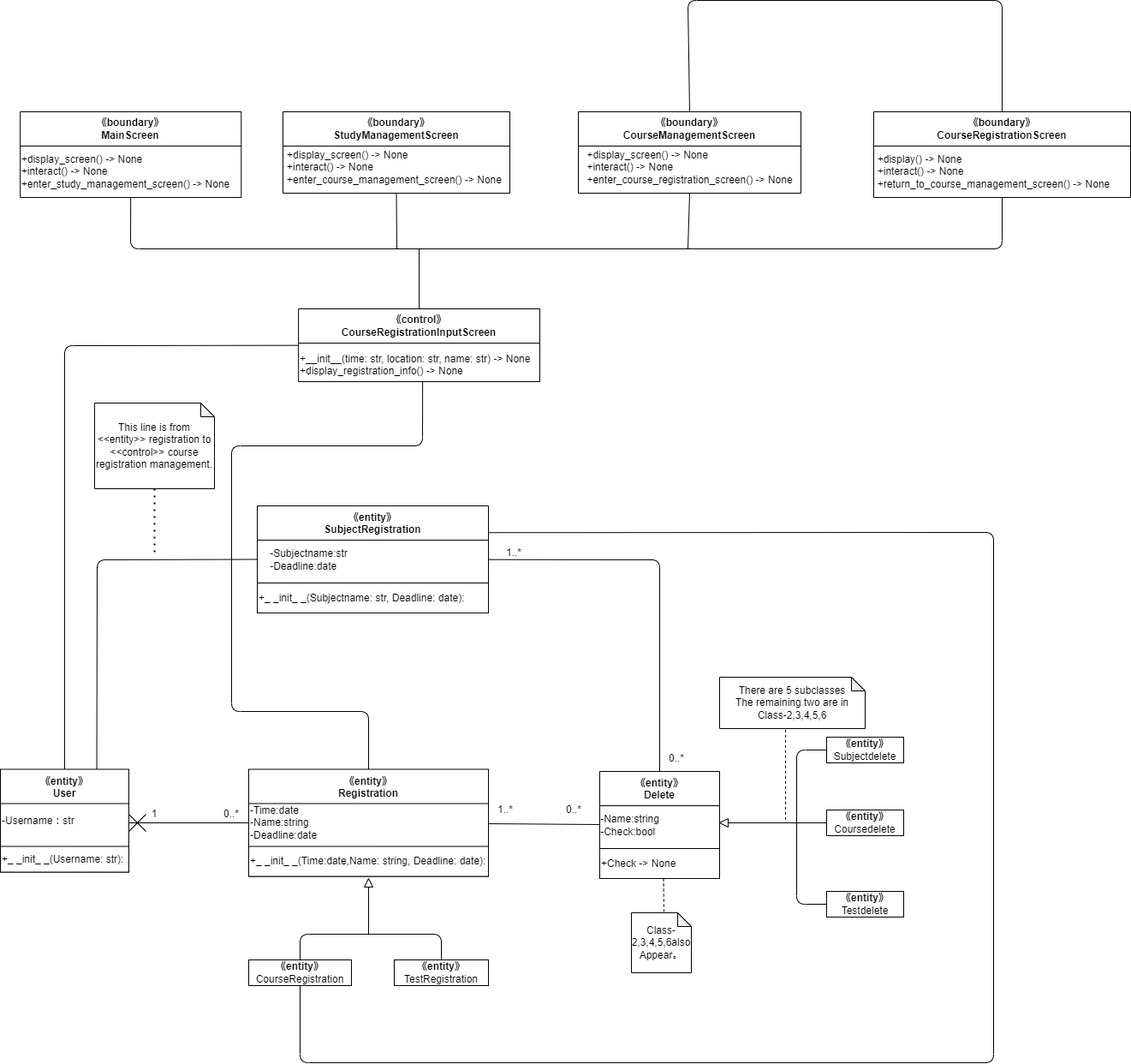
Above: 設計Class1.drawio.png in Hu-Hanxu/First-App-Self-Management- (draw.io), before the change. Source tidied: cells renumbered, new cells last; positions are measured from the earlier drawing's top-left corner, leaving out a move shared by most shapes.
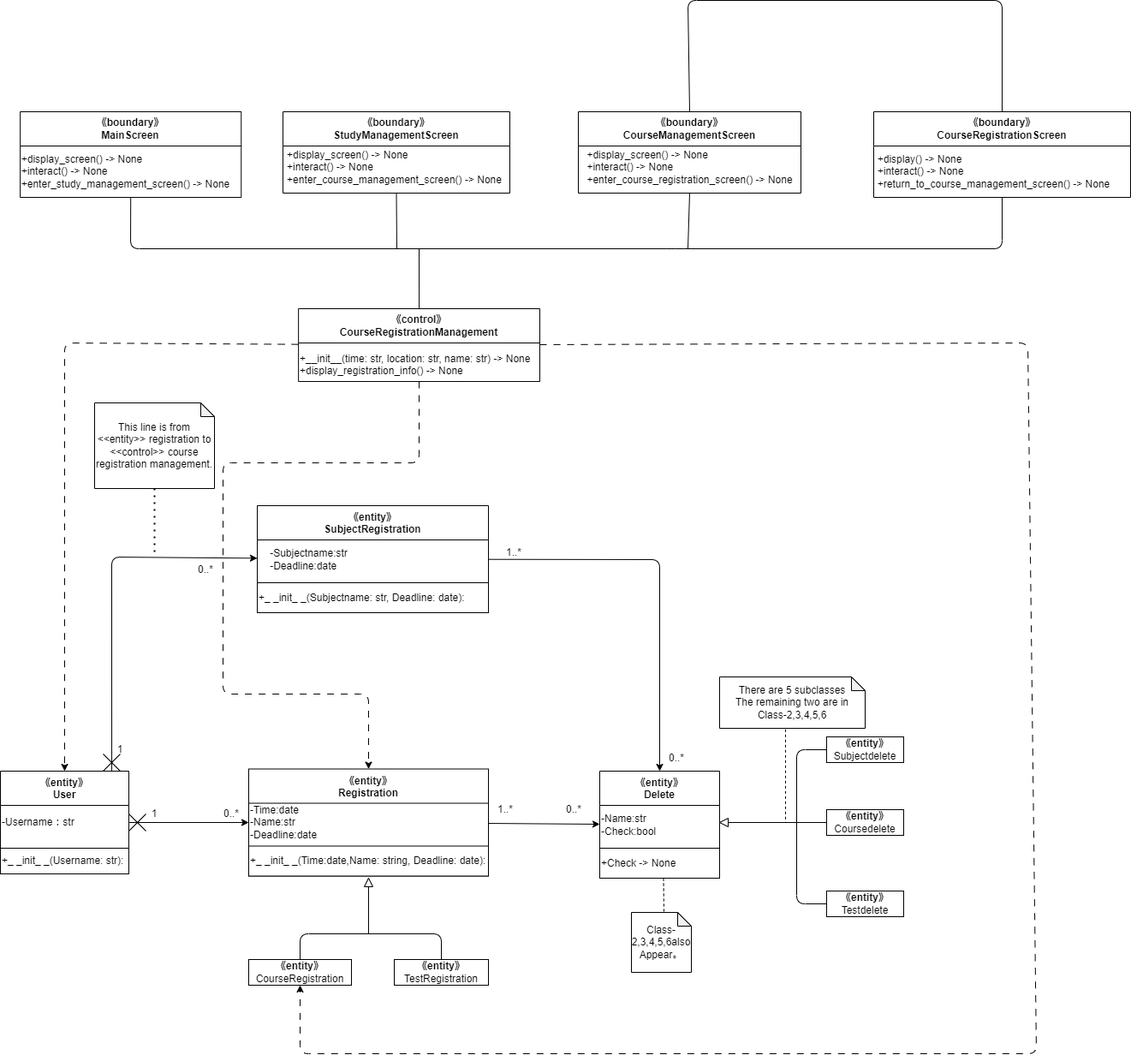
Above is the later version.

The edit, as a diff of the source:
```diff
@@ -12,7 +12,7 @@
       <mxGeometry y="90" width="270" height="35" as="geometry" />
     </mxCell>
     <mxCell id="5" value="《entity》&#10;User" style="swimlane;startSize=40;" parent="1" vertex="1">
-      <mxGeometry y="897.5" width="150" height="120" as="geometry" />
+      <mxGeometry y="900" width="150" height="120" as="geometry" />
     </mxCell>
     <mxCell id="6" value="-Username：str" style="text;html=1;align=left;verticalAlign=middle;strokeColor=none;fillColor=none;" parent="5" vertex="1">
       <mxGeometry y="45" width="110" height="30" as="geometry" />
@@ -23,8 +23,8 @@
     <mxCell id="8" value="《entity》&#10;Delete" style="swimlane;startSize=40;" parent="1" vertex="1">
       <mxGeometry x="700" y="900" width="140" height="125" as="geometry" />
     </mxCell>
-    <mxCell id="9" value="-Name:string&lt;br&gt;&lt;div style=&quot;text-align: left;&quot;&gt;&lt;span style=&quot;background-color: initial;&quot;&gt;-Check:bool&lt;/span&gt;&lt;/div&gt;" style="text;html=1;align=center;verticalAlign=middle;strokeColor=none;fillColor=none;" parent="8" vertex="1">
-      <mxGeometry x="-10" y="42.5" width="90" height="40" as="geometry" />
+    <mxCell id="9" value="-Name:str&lt;br&gt;&lt;div style=&quot;&quot;&gt;&lt;span style=&quot;background-color: initial;&quot;&gt;-Check:bool&lt;/span&gt;&lt;/div&gt;" style="text;html=1;align=left;verticalAlign=middle;strokeColor=none;fillColor=none;" parent="8" vertex="1">
+      <mxGeometry y="42.5" width="90" height="40" as="geometry" />
     </mxCell>
     <mxCell id="10" value="+Check -&amp;gt; None" style="rounded=0;whiteSpace=wrap;html=1;align=left;" parent="8" vertex="1">
       <mxGeometry y="90" width="140" height="35" as="geometry" />
@@ -32,7 +32,7 @@
     <mxCell id="11" value="《entity》&#10;Registration" style="swimlane;startSize=40;" parent="1" vertex="1">
       <mxGeometry x="290" y="897.5" width="280" height="125" as="geometry" />
     </mxCell>
-    <mxCell id="12" value="&lt;div style=&quot;&quot;&gt;&lt;span style=&quot;background-color: initial;&quot;&gt;-Time:date&lt;/span&gt;&lt;/div&gt;&lt;div style=&quot;&quot;&gt;&lt;span style=&quot;background-color: initial;&quot;&gt;-Name:string&lt;/span&gt;&lt;/div&gt;&lt;div style=&quot;&quot;&gt;&lt;span style=&quot;background-color: initial;&quot;&gt;-Deadline:date&lt;/span&gt;&lt;/div&gt;" style="text;html=1;align=left;verticalAlign=middle;strokeColor=none;fillColor=none;" parent="11" vertex="1">
+    <mxCell id="12" value="&lt;div style=&quot;&quot;&gt;&lt;span style=&quot;background-color: initial;&quot;&gt;-Time:date&lt;/span&gt;&lt;/div&gt;&lt;div style=&quot;&quot;&gt;&lt;span style=&quot;background-color: initial;&quot;&gt;-Name:str&lt;/span&gt;&lt;/div&gt;&lt;div style=&quot;&quot;&gt;&lt;span style=&quot;background-color: initial;&quot;&gt;-Deadline:date&lt;/span&gt;&lt;/div&gt;" style="text;html=1;align=left;verticalAlign=middle;strokeColor=none;fillColor=none;" parent="11" vertex="1">
       <mxGeometry y="32.5" width="100" height="60" as="geometry" />
     </mxCell>
     <mxCell id="13" value="+_ _init_ _(Time:date,Name: string, Deadline: date):" style="rounded=0;whiteSpace=wrap;html=1;align=left;" parent="11" vertex="1">
@@ -100,12 +100,6 @@
     <mxCell id="28" value="&lt;div&gt;Class-2,3,4,5,6also&lt;/div&gt;&lt;span style=&quot;background-color: initial;&quot;&gt;Appear&lt;/span&gt;。" style="shape=note;whiteSpace=wrap;html=1;backgroundOutline=1;darkOpacity=0.05;size=16;" parent="1" vertex="1">
       <mxGeometry x="737" y="1065" width="70" height="70" as="geometry" />
     </mxCell>
-    <mxCell id="29" style="endArrow=none;html=1;" parent="1" edge="1">
-      <mxGeometry relative="1" as="geometry">
-        <mxPoint x="150" y="960" as="sourcePoint" />
-        <mxPoint x="290" y="960" as="targetPoint" />
-      </mxGeometry>
-    </mxCell>
     <mxCell id="30" value="1" style="text;html=1;strokeColor=none;fillColor=none;align=center;verticalAlign=middle;whiteSpace=wrap;rounded=0;" parent="1" vertex="1">
       <mxGeometry x="150" y="935" width="60" height="30" as="geometry" />
     </mxCell>
@@ -118,52 +112,18 @@
     <mxCell id="33" value="0..*" style="text;html=1;strokeColor=none;fillColor=none;align=center;verticalAlign=middle;whiteSpace=wrap;rounded=0;" parent="1" vertex="1">
       <mxGeometry x="640" y="930" width="60" height="30" as="geometry" />
     </mxCell>
-    <mxCell id="34" style="endArrow=none;html=1;" parent="1" edge="1" source="11" target="8">
-      <mxGeometry relative="1" as="geometry" />
-    </mxCell>
-    <mxCell id="35" style="endArrow=none;html=1;" parent="1" edge="1" source="2" target="8">
-      <mxGeometry relative="1" as="geometry">
-        <Array as="points">
-          <mxPoint x="770" y="653" />
-        </Array>
-      </mxGeometry>
-    </mxCell>
     <mxCell id="36" value="1..*" style="text;html=1;strokeColor=none;fillColor=none;align=center;verticalAlign=middle;whiteSpace=wrap;rounded=0;" parent="1" vertex="1">
       <mxGeometry x="570" y="630" width="60" height="30" as="geometry" />
     </mxCell>
     <mxCell id="37" value="0..*" style="text;html=1;strokeColor=none;fillColor=none;align=center;verticalAlign=middle;whiteSpace=wrap;rounded=0;" parent="1" vertex="1">
       <mxGeometry x="760" y="870" width="60" height="30" as="geometry" />
     </mxCell>
-    <mxCell id="38" value="&lt;span style=&quot;&quot;&gt;《control》&lt;br&gt;CourseRegistrationInputScreen&lt;br&gt;&lt;/span&gt;" style="swimlane;whiteSpace=wrap;html=1;startSize=40;" parent="1" vertex="1">
+    <mxCell id="38" value="&lt;span style=&quot;&quot;&gt;《control》&lt;br&gt;CourseRegistrationManagement&lt;br&gt;&lt;/span&gt;" style="swimlane;whiteSpace=wrap;html=1;startSize=40;" parent="1" vertex="1">
       <mxGeometry x="348.1" y="360" width="281.9" height="85" as="geometry" />
     </mxCell>
     <mxCell id="39" value="+__init__(time: str, location: str, name: str) -&amp;gt; None &lt;br&gt;+display_registration_info() -&amp;gt; None" style="text;whiteSpace=wrap;html=1;" parent="38" vertex="1">
       <mxGeometry y="45" width="290" height="40" as="geometry" />
     </mxCell>
-    <mxCell id="40" style="endArrow=none;html=1;exitX=0.5;exitY=0;exitDx=0;exitDy=0;entryX=0.5;entryY=1;entryDx=0;entryDy=0;" parent="1" edge="1" source="11" target="39">
-      <mxGeometry relative="1" as="geometry">
-        <Array as="points">
-          <mxPoint x="430" y="830" />
-          <mxPoint x="270" y="830" />
-          <mxPoint x="270" y="520" />
-          <mxPoint x="493" y="520" />
-        </Array>
-      </mxGeometry>
-    </mxCell>
-    <mxCell id="41" style="endArrow=none;html=1;exitX=0.5;exitY=0;exitDx=0;exitDy=0;" parent="1" edge="1" source="5" target="38">
-      <mxGeometry relative="1" as="geometry">
-        <Array as="points">
-          <mxPoint x="75" y="403" />
-        </Array>
-      </mxGeometry>
-    </mxCell>
-    <mxCell id="42" style="endArrow=none;html=1;exitX=0.75;exitY=0;exitDx=0;exitDy=0;entryX=0;entryY=0.5;entryDx=0;entryDy=0;" parent="1" edge="1" source="5" target="2">
-      <mxGeometry relative="1" as="geometry">
-        <Array as="points">
-          <mxPoint x="113" y="653" />
-        </Array>
-      </mxGeometry>
-    </mxCell>
     <mxCell id="43" style="endArrow=none;dashed=1;html=1;dashPattern=1 3;strokeWidth=2;exitX=0.5;exitY=1;exitDx=0;exitDy=0;exitPerimeter=0;" parent="1" edge="1" source="44">
       <mxGeometry relative="1" as="geometry">
         <mxPoint x="180" y="650" as="targetPoint" />
@@ -172,15 +132,6 @@
     <mxCell id="44" value="This line is from &amp;lt;&amp;lt;entity&amp;gt;&amp;gt; registration to &amp;lt;&amp;lt;control&amp;gt;&amp;gt; course registration management." style="shape=note;whiteSpace=wrap;html=1;backgroundOutline=1;darkOpacity=0.05;size=16;" parent="1" vertex="1">
       <mxGeometry x="110" y="470" width="140" height="100" as="geometry" />
     </mxCell>
-    <mxCell id="45" style="endArrow=none;html=1;entryX=0.5;entryY=1;entryDx=0;entryDy=0;exitX=1;exitY=0.25;exitDx=0;exitDy=0;" parent="1" edge="1" source="2" target="22">
-      <mxGeometry relative="1" as="geometry">
-        <Array as="points">
-          <mxPoint x="1160" y="621" />
-          <mxPoint x="1160" y="1240" />
-          <mxPoint x="350" y="1240" />
-        </Array>
-      </mxGeometry>
-    </mxCell>
     <mxCell id="46" value="《boundary》&lt;br&gt;MainScreen" style="swimlane;whiteSpace=wrap;html=1;startSize=40;" parent="1" vertex="1">
       <mxGeometry x="23.1" y="130" width="258.1" height="100" as="geometry" />
     </mxCell>
@@ -252,5 +203,72 @@
         <mxPoint x="20" as="targetPoint" />
       </mxGeometry>
     </mxCell>
+    <mxCell id="62" style="endArrow=classic;html=1;" parent="1" edge="1" source="5" target="11">
+      <mxGeometry relative="1" as="geometry" />
+    </mxCell>
+    <mxCell id="42" style="endArrow=classic;html=1;exitX=0.867;exitY=0;exitDx=0;exitDy=0;exitPerimeter=0;" parent="1" edge="1" source="5" target="2">
+      <mxGeometry relative="1" as="geometry">
+        <Array as="points">
+          <mxPoint x="130" y="650" />
+        </Array>
+      </mxGeometry>
+    </mxCell>
+    <mxCell id="63" value="1" style="text;html=1;strokeColor=none;fillColor=none;align=center;verticalAlign=middle;whiteSpace=wrap;rounded=0;" parent="1" vertex="1">
+      <mxGeometry x="110" y="860" width="60" height="30" as="geometry" />
+    </mxCell>
+    <mxCell id="64" value="0..*" style="text;html=1;strokeColor=none;fillColor=none;align=center;verticalAlign=middle;whiteSpace=wrap;rounded=0;" parent="1" vertex="1">
+      <mxGeometry x="210" y="650" width="60" height="30" as="geometry" />
+    </mxCell>
+    <mxCell id="34" style="endArrow=classic;html=1;" parent="1" edge="1" source="11" target="8">
+      <mxGeometry relative="1" as="geometry" />
+    </mxCell>
+    <mxCell id="35" style="endArrow=classic;html=1;" parent="1" edge="1" source="2" target="8">
+      <mxGeometry relative="1" as="geometry">
+        <Array as="points">
+          <mxPoint x="770" y="653" />
+        </Array>
+      </mxGeometry>
+    </mxCell>
+    <mxCell id="65" style="endArrow=classic;html=1;dashed=1;dashPattern=8 8;" parent="1" edge="1" source="38" target="5">
+      <mxGeometry relative="1" as="geometry">
+        <Array as="points">
+          <mxPoint x="75" y="400" />
+        </Array>
+      </mxGeometry>
+    </mxCell>
+    <mxCell id="66" style="endArrow=classic;html=1;dashed=1;dashPattern=8 8;" parent="1" edge="1" source="38" target="11">
+      <mxGeometry relative="1" as="geometry">
+        <Array as="points">
+          <mxPoint x="489" y="540" />
+          <mxPoint x="260" y="540" />
+          <mxPoint x="260" y="810" />
+          <mxPoint x="430" y="810" />
+        </Array>
+      </mxGeometry>
+    </mxCell>
+    <mxCell id="67" style="endArrow=classic;html=1;dashed=1;dashPattern=8 8;" parent="1" edge="1" source="38" target="22">
+      <mxGeometry relative="1" as="geometry">
+        <Array as="points">
+          <mxPoint x="1200" y="400" />
+          <mxPoint x="1210" y="1230" />
+          <mxPoint x="350" y="1230" />
+        </Array>
+      </mxGeometry>
+    </mxCell>
+    <mxCell id="68" style="group;" parent="1" vertex="1">
+      <mxGeometry x="120" y="880" width="20" height="20" as="geometry" />
+    </mxCell>
+    <mxCell id="69" style="endArrow=none;html=1;" parent="68" edge="1">
+      <mxGeometry relative="1" as="geometry">
+        <mxPoint as="sourcePoint" />
+        <mxPoint x="20" y="20" as="targetPoint" />
+      </mxGeometry>
+    </mxCell>
+    <mxCell id="70" style="endArrow=none;html=1;" parent="68" edge="1">
+      <mxGeometry relative="1" as="geometry">
+        <mxPoint y="20" as="sourcePoint" />
+        <mxPoint x="20" as="targetPoint" />
+      </mxGeometry>
+    </mxCell>
   </root>
 </mxGraphModel>
```
